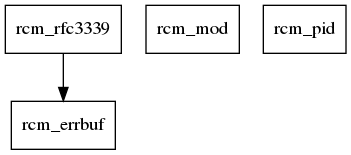
Above: docs/module_deps.png in librcm/librcm (Graphviz), before the change. Its source is kept beside it as docs/module_deps.dot.
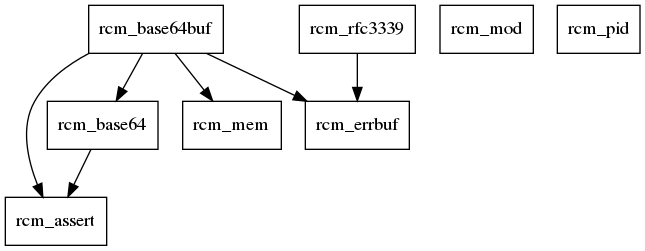
Above is the later version.

What changed in the source:
```diff
@@ -1,7 +1,16 @@
 strict digraph {
+  rcm_assert [shape=box]
+  rcm_base64 [shape=box]
+  rcm_base64buf [shape=box]
   rcm_errbuf [shape=box]
+  rcm_mem [shape=box]
   rcm_mod [shape=box]
   rcm_pid [shape=box]
   rcm_rfc3339 [shape=box]
+  rcm_base64 -> rcm_assert
+  rcm_base64buf -> rcm_assert
+  rcm_base64buf -> rcm_base64
+  rcm_base64buf -> rcm_errbuf
+  rcm_base64buf -> rcm_mem
   rcm_rfc3339 -> rcm_errbuf
 }
```
